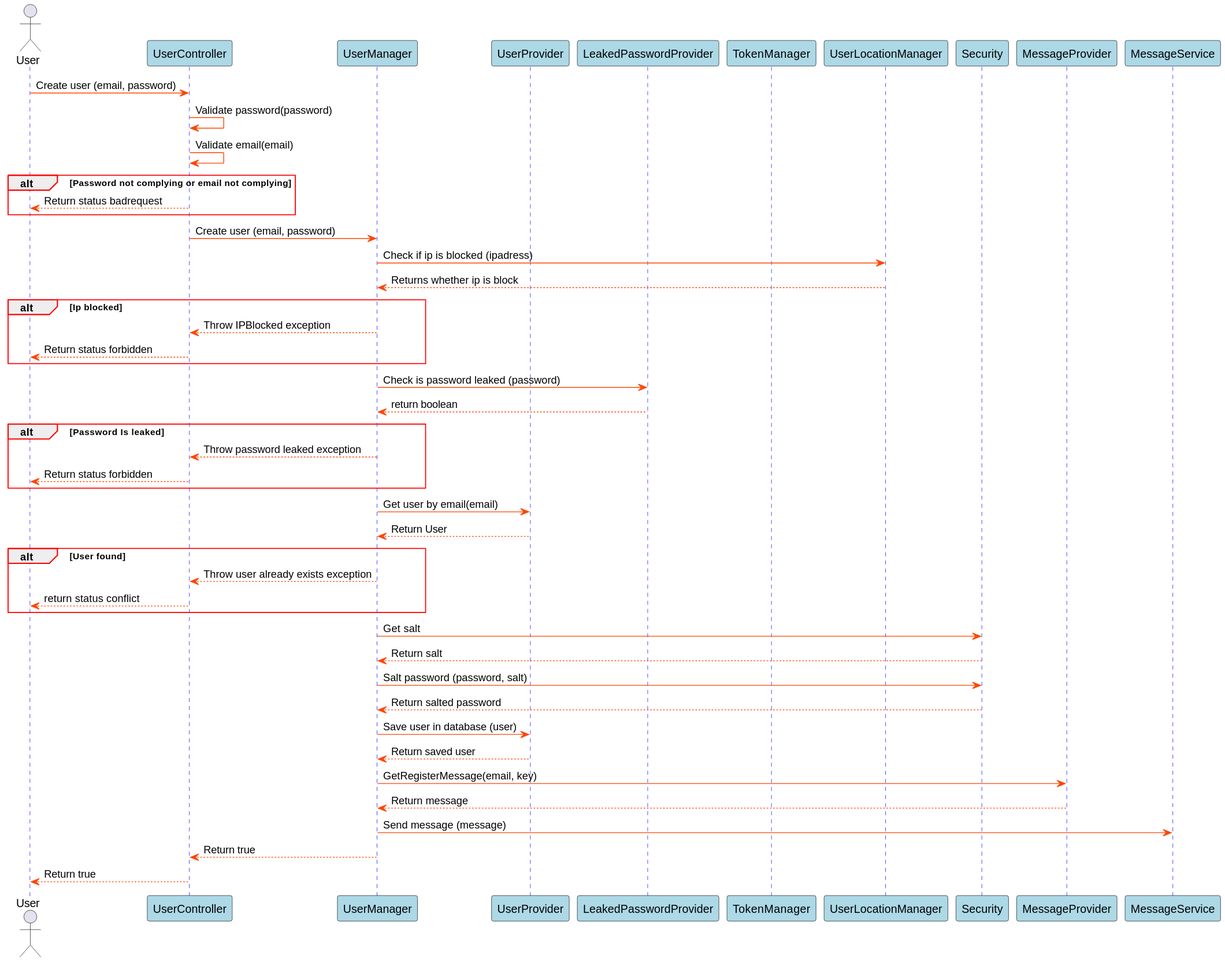
The PlantUML diagram Docs/out/SDDiagrams/CreateUserSD/Create User SD.svg in blackout1471/trust-us-school, before a commit.
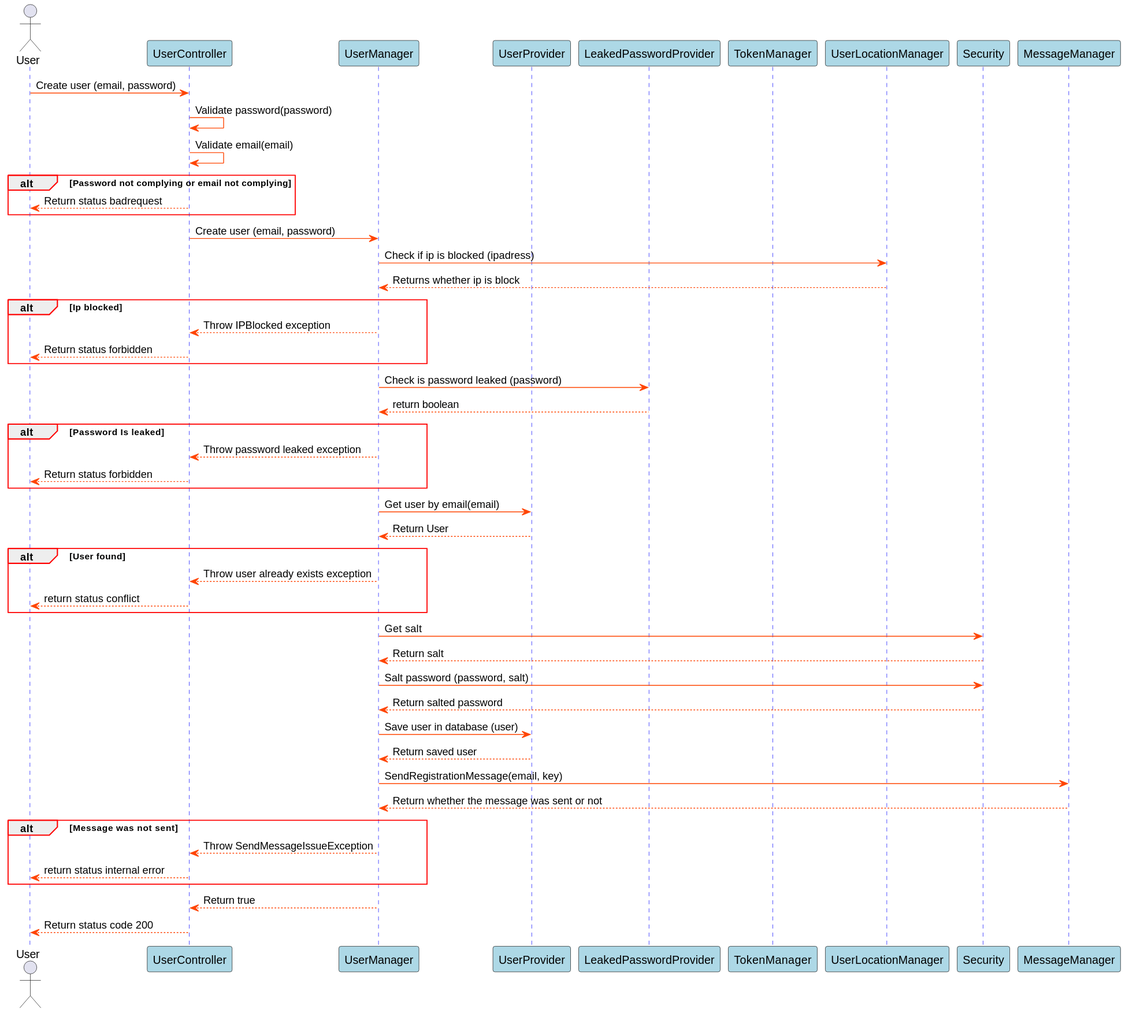
The same diagram one commit later.

Change to the diagram source:
```diff
@@ -19,8 +19,7 @@
 participant TokenManager
 participant UserLocationManager
 participant Security
-participant MessageProvider
-participant MessageService
+participant MessageManager
 
 
 
@@ -70,11 +69,14 @@
 UserManager->UserProvider: Save user in database (user)
 UserProvider-->UserManager: Return saved user
 
-UserManager->MessageProvider: GetRegisterMessage(email, key)
-MessageProvider-->UserManager: Return message
-UserManager->MessageService: Send message (message)
+UserManager->MessageManager: SendRegistrationMessage(email, key)
+MessageManager-->UserManager: Return whether the message was sent or not
+alt Message was not sent
+UserManager --> UserController: Throw SendMessageIssueException
+UserController --> User: return status internal error
 
+end
 UserManager-->UserController: Return true
-UserController-->User: Return true
+UserController-->User: Return status code 200
 
 @enduml
```
